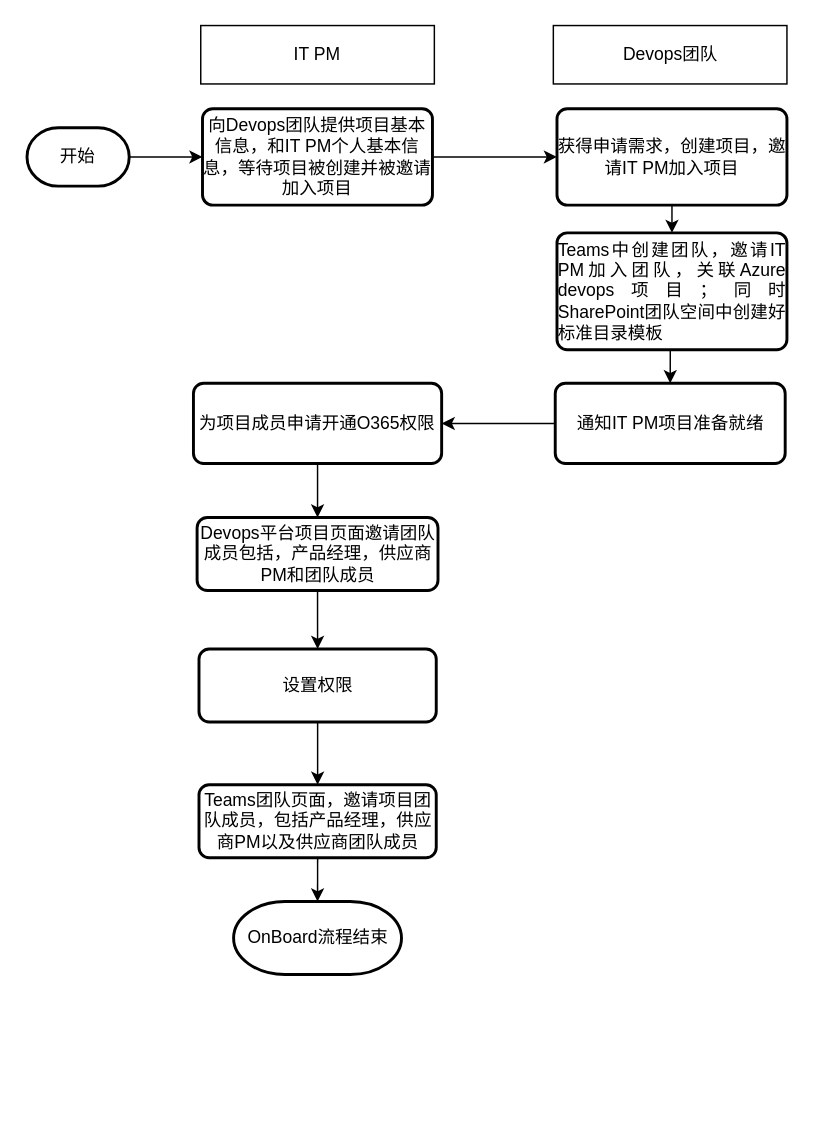
Before: onboardflow.drawio in vidarlee/CardGame, a draw.io diagram. Source tidied: cells renumbered, new cells numbered last; positions are measured from the earlier drawing's top-left corner, leaving out a move shared by most shapes. Both pictures are drawn from the tidied source at 146%, with x=0, y=0 at pixel (26, 25).
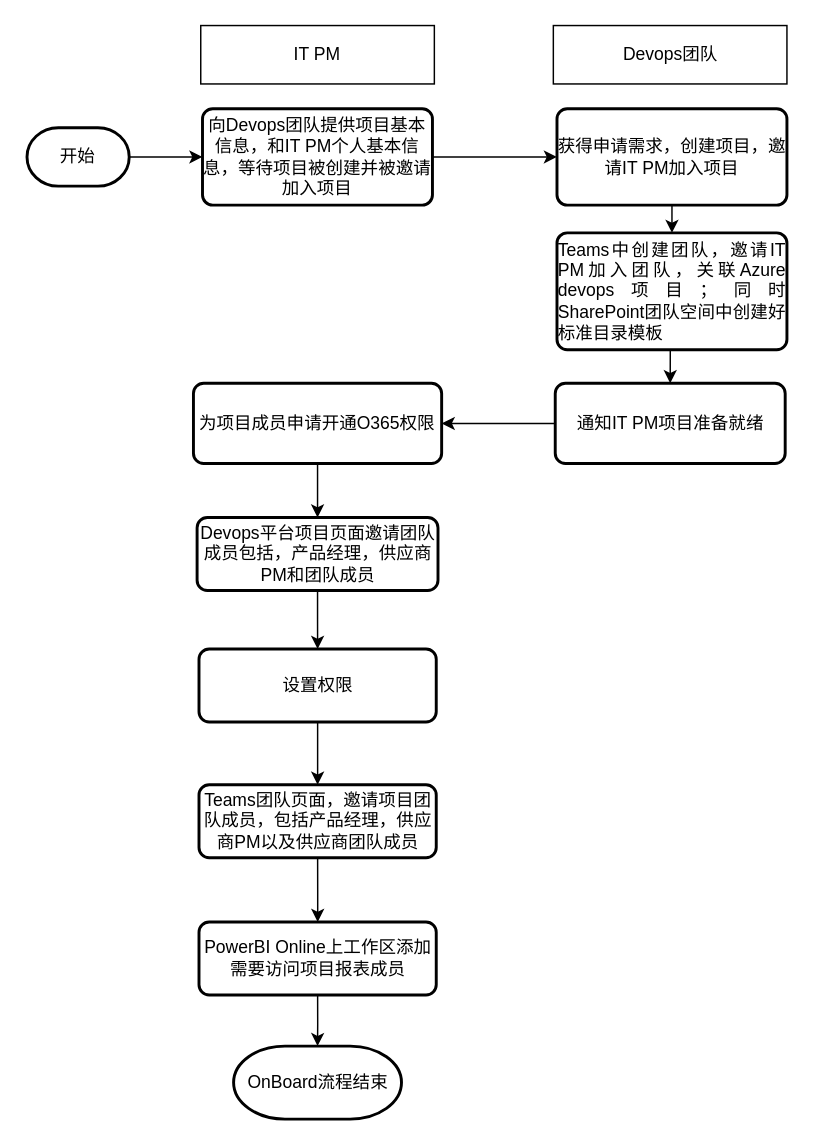
Above is the later version.

The change refers to these unchanged cells:
```xml
<mxCell id="21" value="Teams团队页面，邀请项目团队成员，包括产品经理，供应商PM以及供应商团队成员" style="rounded=1;whiteSpace=wrap;html=1;absoluteArcSize=1;arcSize=14;strokeWidth=2;" parent="1" vertex="1">
  <mxGeometry x="117.8" y="520" width="162.5" height="50" as="geometry" />
</mxCell>
```

What changed in the source:
```diff
@@
-    <mxCell id="20" style="edgeStyle=orthogonalEdgeStyle;rounded=0;jettySize=auto;html=1;exitX=0.5;exitY=1;exitDx=0;exitDy=0;entryX=0.5;entryY=0;entryDx=0;entryDy=0;entryPerimeter=0;" parent="1" edge="1" source="21" target="22">
-      <mxGeometry relative="1" as="geometry" />
-    </mxCell>
+    <mxCell id="23" style="edgeStyle=orthogonalEdgeStyle;rounded=0;jettySize=auto;html=1;exitX=0.5;exitY=1;exitDx=0;exitDy=0;" parent="1" edge="1" source="21" target="25">
+      <mxGeometry relative="1" as="geometry" />
+    </mxCell>
@@
     <mxCell id="22" value="OnBoard流程结束" style="strokeWidth=2;html=1;shape=mxgraph.flowchart.terminator;whiteSpace=wrap;" parent="1" vertex="1">
-      <mxGeometry x="141.5" y="600" width="115" height="50" as="geometry" />
+      <mxGeometry x="141.5" y="699" width="115" height="50" as="geometry" />
     </mxCell>
+    <mxCell id="24" style="edgeStyle=orthogonalEdgeStyle;rounded=0;jettySize=auto;html=1;exitX=0.5;exitY=1;exitDx=0;exitDy=0;" parent="1" edge="1" source="25" target="22">
+      <mxGeometry relative="1" as="geometry" />
+    </mxCell>
+    <mxCell id="25" value="PowerBI Online上工作区添加需要访问项目报表成员" style="rounded=1;whiteSpace=wrap;html=1;absoluteArcSize=1;arcSize=14;strokeWidth=2;" parent="1" vertex="1">
+      <mxGeometry x="117.8" y="614" width="162.5" height="50" as="geometry" />
+    </mxCell>
```
